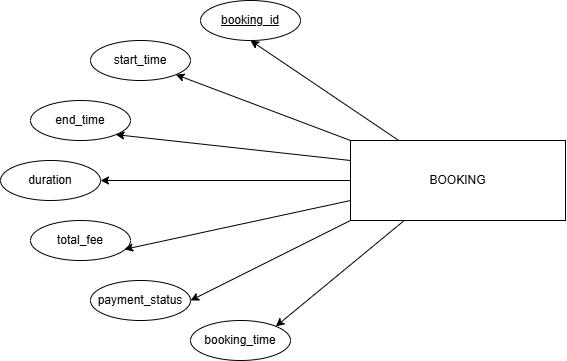
A-proG-spec/AASTU-DB-Project-Group-2 keeps this draw.io diagram as diagrams/erd.png. Above is the earlier version. Source tidied: cells renumbered, new cells last; positions are measured from the earlier drawing's top-left corner, leaving out a move shared by most shapes.
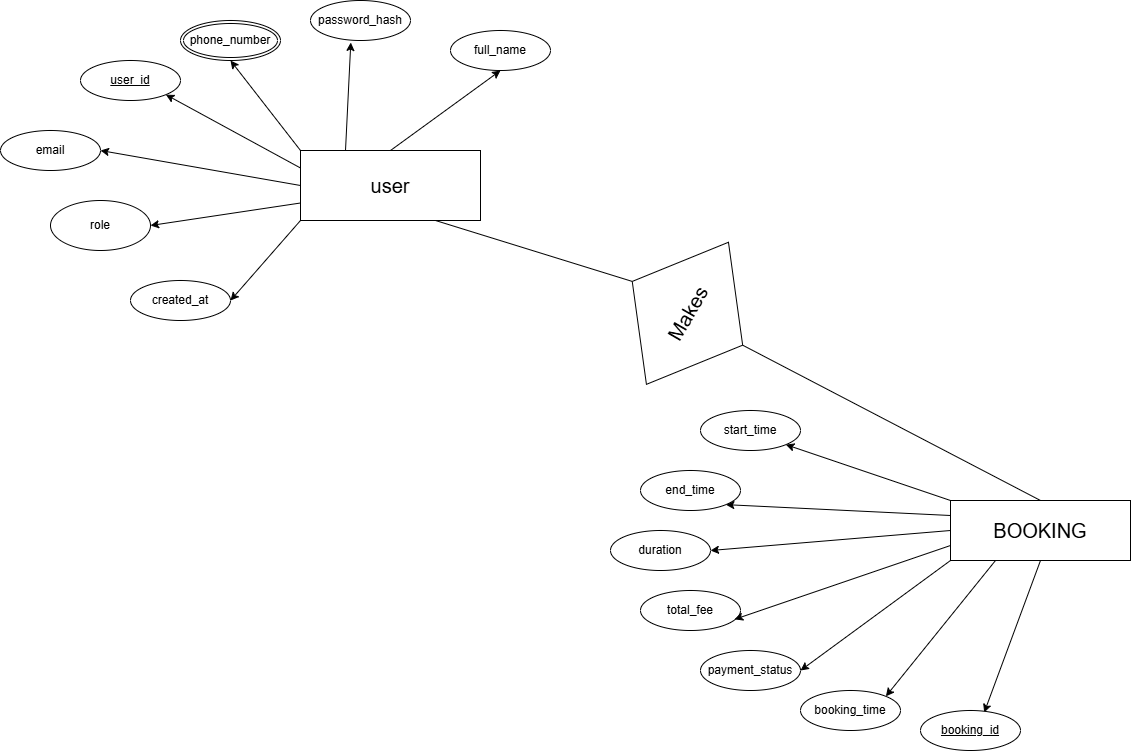
Above is the later version.

Commit message:
entity user with it's attributes and relation with booking

Diff of the diagram source:
```diff
@@ -2,7 +2,7 @@
   <root>
     <mxCell id="0" />
     <mxCell id="1" parent="0" />
-    <mxCell id="2" style="rounded=0;jettySize=auto;html=1;entryX=0.5;entryY=1;entryDx=0;entryDy=0;" parent="1" edge="1" source="8" target="9">
+    <mxCell id="2" style="rounded=0;jettySize=auto;html=1;entryX=0.637;entryY=0.05;entryDx=0;entryDy=0;entryPerimeter=0;exitX=0.5;exitY=1;exitDx=0;exitDy=0;" parent="1" edge="1" source="8" target="9">
       <mxGeometry relative="1" as="geometry" />
     </mxCell>
     <mxCell id="3" style="rounded=0;jettySize=auto;html=1;exitX=0;exitY=0;exitDx=0;exitDy=0;entryX=1;entryY=1;entryDx=0;entryDy=0;" parent="1" edge="1" source="8" target="10">
@@ -20,11 +20,14 @@
     <mxCell id="7" style="rounded=0;jettySize=auto;html=1;exitX=0.25;exitY=1;exitDx=0;exitDy=0;entryX=1;entryY=0;entryDx=0;entryDy=0;" parent="1" edge="1" source="8" target="12">
       <mxGeometry relative="1" as="geometry" />
     </mxCell>
+    <mxCell id="17" style="rounded=0;jettySize=auto;html=1;exitX=0.5;exitY=0;exitDx=0;exitDy=0;entryX=0.75;entryY=1;entryDx=0;entryDy=0;endArrow=none;endFill=0;" parent="1" edge="1" source="33" target="24">
+      <mxGeometry relative="1" as="geometry" />
+    </mxCell>
-    <mxCell id="8" value="BOOKING" style="whiteSpace=wrap;html=1;align=center;" parent="1" vertex="1">
-      <mxGeometry x="350" y="140" width="215" height="80" as="geometry" />
+    <mxCell id="8" value="&lt;font style=&quot;font-size: 20px;&quot;&gt;BOOKING&lt;/font&gt;" style="whiteSpace=wrap;html=1;align=center;" parent="1" vertex="1">
+      <mxGeometry x="340" y="130" width="180" height="60" as="geometry" />
     </mxCell>
     <mxCell id="9" value="booking_id" style="ellipse;whiteSpace=wrap;html=1;align=center;fontStyle=4;" parent="1" vertex="1">
-      <mxGeometry x="200" width="100" height="40" as="geometry" />
+      <mxGeometry x="310" y="340" width="100" height="40" as="geometry" />
     </mxCell>
     <mxCell id="10" value="start_time" style="ellipse;whiteSpace=wrap;html=1;align=center;" parent="1" vertex="1">
       <mxGeometry x="90" y="40" width="100" height="40" as="geometry" />
@@ -47,5 +50,56 @@
     <mxCell id="16" style="rounded=0;jettySize=auto;html=1;exitX=0;exitY=0.75;exitDx=0;exitDy=0;entryX=0.941;entryY=0.721;entryDx=0;entryDy=0;entryPerimeter=0;" parent="1" edge="1" source="8" target="14">
       <mxGeometry relative="1" as="geometry" />
     </mxCell>
+    <mxCell id="18" style="rounded=0;jettySize=auto;html=1;exitX=0;exitY=0.5;exitDx=0;exitDy=0;entryX=1;entryY=0.5;entryDx=0;entryDy=0;" parent="1" edge="1" source="24" target="30">
+      <mxGeometry relative="1" as="geometry" />
+    </mxCell>
+    <mxCell id="19" style="rounded=0;jettySize=auto;html=1;exitX=0;exitY=0.75;exitDx=0;exitDy=0;entryX=1;entryY=0.5;entryDx=0;entryDy=0;" parent="1" edge="1" source="24" target="27">
+      <mxGeometry relative="1" as="geometry" />
+    </mxCell>
+    <mxCell id="20" style="rounded=0;jettySize=auto;html=1;exitX=0;exitY=1;exitDx=0;exitDy=0;entryX=1;entryY=0.5;entryDx=0;entryDy=0;" parent="1" edge="1" source="24" target="26">
+      <mxGeometry relative="1" as="geometry" />
+    </mxCell>
+    <mxCell id="21" style="rounded=0;jettySize=auto;html=1;exitX=0.5;exitY=0;exitDx=0;exitDy=0;entryX=0.5;entryY=1;entryDx=0;entryDy=0;" parent="1" edge="1" source="24" target="29">
+      <mxGeometry relative="1" as="geometry" />
+    </mxCell>
+    <mxCell id="22" style="rounded=0;jettySize=auto;html=1;exitX=0;exitY=0.25;exitDx=0;exitDy=0;entryX=1;entryY=1;entryDx=0;entryDy=0;" parent="1" edge="1" source="24" target="25">
+      <mxGeometry relative="1" as="geometry" />
+    </mxCell>
+    <mxCell id="23" style="rounded=0;jettySize=auto;html=1;exitX=0;exitY=0;exitDx=0;exitDy=0;entryX=0.5;entryY=1;entryDx=0;entryDy=0;" parent="1" edge="1" source="24" target="34">
+      <mxGeometry relative="1" as="geometry" />
+    </mxCell>
+    <mxCell id="24" value="&lt;font style=&quot;font-size: 20px;&quot;&gt;user&lt;/font&gt;" style="whiteSpace=wrap;html=1;align=center;" parent="1" vertex="1">
+      <mxGeometry x="-310" y="-220" width="180" height="70" as="geometry" />
+    </mxCell>
+    <mxCell id="25" value="user_id" style="ellipse;whiteSpace=wrap;html=1;align=center;fontStyle=4;" parent="1" vertex="1">
+      <mxGeometry x="-530" y="-310" width="100" height="40" as="geometry" />
+    </mxCell>
+    <mxCell id="26" value="created_at" style="ellipse;whiteSpace=wrap;html=1;align=center;" parent="1" vertex="1">
+      <mxGeometry x="-480" y="-90" width="100" height="40" as="geometry" />
+    </mxCell>
+    <mxCell id="27" value="role" style="ellipse;whiteSpace=wrap;html=1;align=center;" parent="1" vertex="1">
+      <mxGeometry x="-560" y="-170" width="100" height="50" as="geometry" />
+    </mxCell>
+    <mxCell id="28" value="password_hash" style="ellipse;whiteSpace=wrap;html=1;align=center;" parent="1" vertex="1">
+      <mxGeometry x="-300" y="-370" width="100" height="40" as="geometry" />
+    </mxCell>
+    <mxCell id="29" value="full_name" style="ellipse;whiteSpace=wrap;html=1;align=center;" parent="1" vertex="1">
+      <mxGeometry x="-160" y="-340" width="100" height="40" as="geometry" />
+    </mxCell>
+    <mxCell id="30" value="email" style="ellipse;whiteSpace=wrap;html=1;align=center;" parent="1" vertex="1">
+      <mxGeometry x="-610" y="-240" width="100" height="40" as="geometry" />
+    </mxCell>
+    <mxCell id="31" style="rounded=0;jettySize=auto;html=1;exitX=0.25;exitY=0;exitDx=0;exitDy=0;entryX=0.403;entryY=1.05;entryDx=0;entryDy=0;entryPerimeter=0;" parent="1" edge="1" source="24" target="28">
+      <mxGeometry relative="1" as="geometry" />
+    </mxCell>
+    <mxCell id="32" style="rounded=0;jettySize=auto;html=1;exitX=0.5;exitY=0;exitDx=0;exitDy=0;entryX=0.5;entryY=1;entryDx=0;entryDy=0;endArrow=none;endFill=0;" parent="1" edge="1" source="8" target="33">
+      <mxGeometry relative="1" as="geometry" />
+    </mxCell>
+    <mxCell id="33" value="&lt;font style=&quot;font-size: 20px;&quot;&gt;Makes&lt;/font&gt;" style="shape=rhombus;perimeter=rhombusPerimeter;whiteSpace=wrap;html=1;align=center;rotation=-60;" parent="1" vertex="1">
+      <mxGeometry x="-5.1" y="-120.9" width="164.1" height="127.5" as="geometry" />
+    </mxCell>
+    <mxCell id="34" value="phone_number" style="ellipse;shape=doubleEllipse;margin=3;whiteSpace=wrap;html=1;align=center;" parent="1" vertex="1">
+      <mxGeometry x="-430" y="-350" width="100" height="40" as="geometry" />
+    </mxCell>
   </root>
 </mxGraphModel>
```
